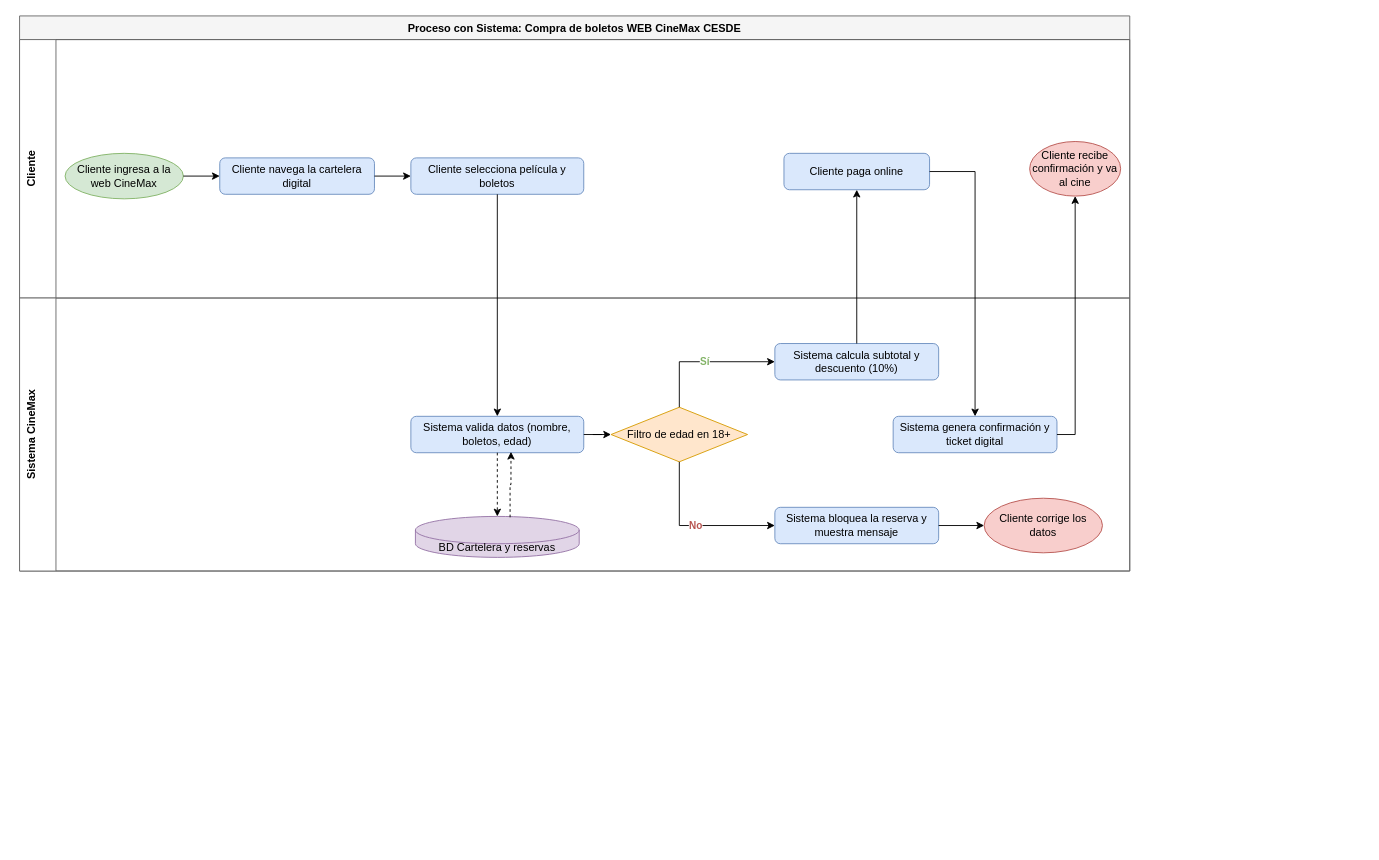
This is Taller de desempeño y producto/Proceso del negocio con sistema.drawio from Felipeochoadev/Cesde_MetodologiasAgiles, a draw.io file, before an edit. Source tidied: cells renumbered, new cells numbered last; positions are measured from the earlier drawing's top-left corner, leaving out a move shared by most shapes. Both pictures are drawn from the tidied source at 91%, with x=0, y=0 at pixel (19, 15).
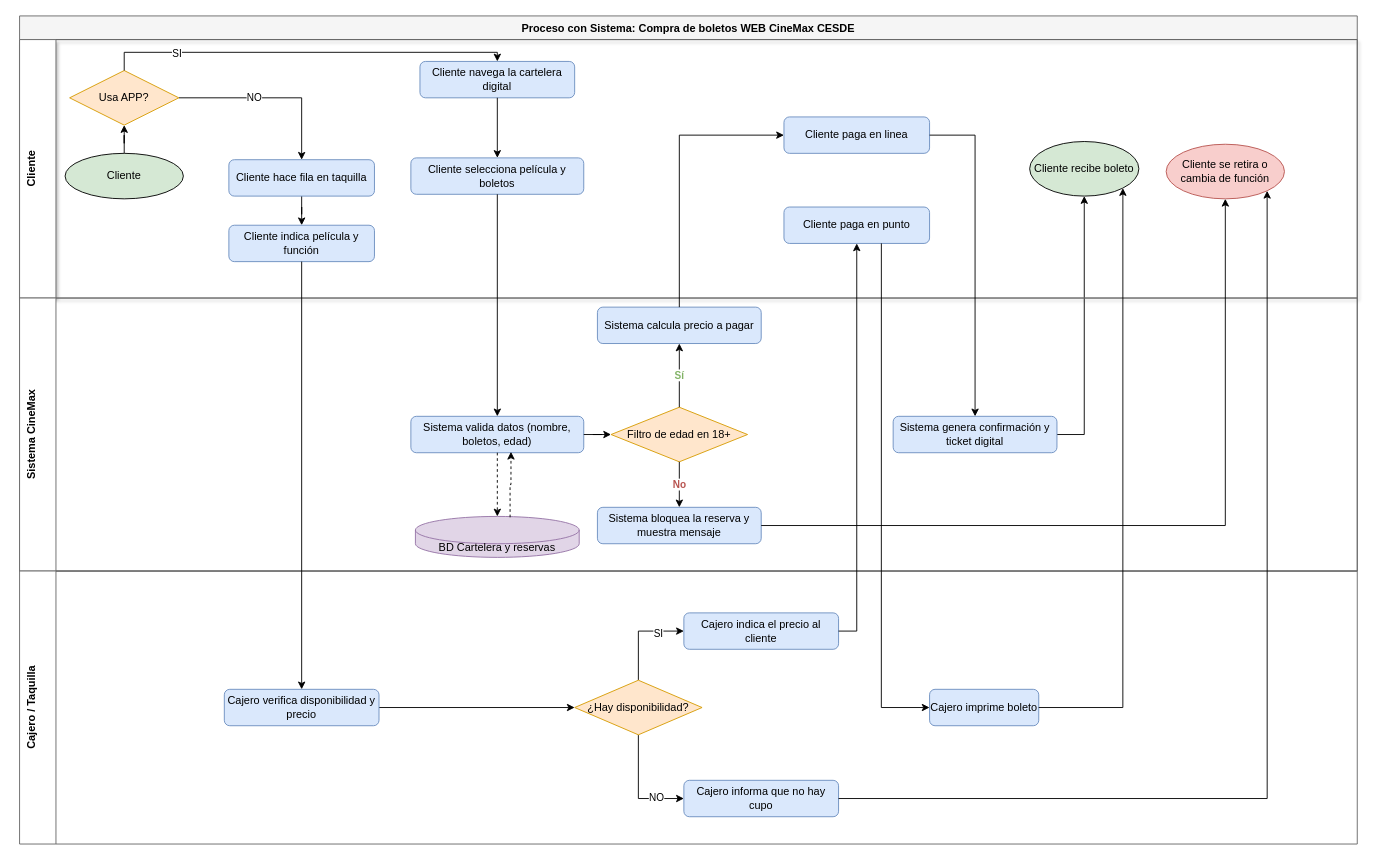
The same page after the edit.

The change refers to these unchanged cells:
```xml
<mxCell id="11" value="Filtro de edad en 18+" style="rhombus;whiteSpace=wrap;html=1;fillColor=#ffe6cc;strokeColor=#d79b00;" parent="9" vertex="1">
  <mxGeometry x="650" y="120" width="150" height="60" as="geometry" />
</mxCell>
<mxCell id="15" value="Sistema genera confirmación y ticket digital" style="rounded=1;whiteSpace=wrap;html=1;fillColor=#dae8fc;strokeColor=#6c8ebf;" parent="9" vertex="1">
  <mxGeometry x="960" y="130" width="180" height="40" as="geometry" />
</mxCell>
```

Diff of the diagram source:
```diff
@@
     <mxCell id="2" value="Proceso con Sistema: Compra de boletos WEB CineMax CESDE" style="swimlane;fontStyle=1;align=center;verticalAlign=top;horizontal=1;startSize=26;strokeColor=#666666;fillColor=#f5f5f5;whiteSpace=wrap;html=1;" parent="1" vertex="1">
-      <mxGeometry width="1220" height="610" as="geometry" />
+      <mxGeometry width="1470" height="610" as="geometry" />
     </mxCell>
+    <mxCell id="18" style="edgeStyle=orthogonalEdgeStyle;rounded=0;jettySize=auto;exitX=1;exitY=0.5;exitDx=0;exitDy=0;entryX=0.5;entryY=1;entryDx=0;entryDy=0;html=1;" parent="2" edge="1" source="15" target="8">
+      <mxGeometry relative="1" as="geometry" />
+    </mxCell>
-    <mxCell id="3" value="Cliente" style="swimlane;horizontal=0;whiteSpace=wrap;html=1;startSize=40;verticalAlign=top;fontStyle=1;fillColor=#ffffff;strokeColor=#666666;" parent="2" vertex="1">
-      <mxGeometry y="26" width="1220" height="284" as="geometry" />
+    <mxCell id="3" value="Cliente" style="swimlane;horizontal=0;whiteSpace=wrap;html=1;startSize=40;verticalAlign=top;fontStyle=1;fillColor=light-dark(#FFFFFF,#CCFFCC);strokeColor=#666666;shadow=1;" parent="2" vertex="1">
+      <mxGeometry y="26" width="1470" height="284" as="geometry" />
     </mxCell>
+    <mxCell id="29" style="edgeStyle=orthogonalEdgeStyle;rounded=0;jettySize=auto;html=1;entryX=0.5;entryY=1;entryDx=0;entryDy=0;" parent="3" edge="1" source="4" target="32">
+      <mxGeometry relative="1" as="geometry" />
+    </mxCell>
-    <mxCell id="4" value="Cliente ingresa a la web CineMax" style="ellipse;whiteSpace=wrap;html=1;fillColor=#d5e8d4;strokeColor=#82b366;" parent="3" vertex="1">
+    <mxCell id="4" value="Cliente" style="ellipse;whiteSpace=wrap;html=1;fillColor=#d5e8d4;strokeColor=#000000;" parent="3" vertex="1">
       <mxGeometry x="50" y="125" width="130" height="50" as="geometry" />
     </mxCell>
     <mxCell id="5" value="Cliente navega la cartelera digital" style="rounded=1;whiteSpace=wrap;html=1;fillColor=#dae8fc;strokeColor=#6c8ebf;" parent="3" vertex="1">
-      <mxGeometry x="220" y="130" width="170" height="40" as="geometry" />
+      <mxGeometry x="440" y="24" width="170" height="40" as="geometry" />
     </mxCell>
@@
-    <mxCell id="7" value="Cliente paga online" style="rounded=1;whiteSpace=wrap;html=1;fillColor=#dae8fc;strokeColor=#6c8ebf;" parent="3" vertex="1">
-      <mxGeometry x="840" y="125" width="160" height="40" as="geometry" />
+    <mxCell id="7" value="Cliente paga en punto" style="rounded=1;whiteSpace=wrap;html=1;fillColor=#dae8fc;strokeColor=#6c8ebf;" parent="3" vertex="1">
+      <mxGeometry x="840" y="184" width="160" height="40" as="geometry" />
     </mxCell>
-    <mxCell id="8" value="Cliente recibe confirmación y va al cine" style="ellipse;whiteSpace=wrap;html=1;fillColor=#f8cecc;strokeColor=#b85450;" parent="3" vertex="1">
-      <mxGeometry x="1110" y="112" width="100" height="60" as="geometry" />
+    <mxCell id="8" value="Cliente recibe boleto" style="ellipse;whiteSpace=wrap;html=1;fillColor=#D5E8D4;strokeColor=#000000;" parent="3" vertex="1">
+      <mxGeometry x="1110" y="112" width="120" height="60" as="geometry" />
     </mxCell>
+    <mxCell id="30" style="edgeStyle=orthogonalEdgeStyle;rounded=0;jettySize=auto;html=1;entryX=0.5;entryY=0;entryDx=0;entryDy=0;" parent="3" edge="1" source="32" target="35">
+      <mxGeometry relative="1" as="geometry" />
+    </mxCell>
+    <mxCell id="31" value="NO" style="edgeLabel;html=1;align=center;verticalAlign=middle;" parent="30" vertex="1">
+      <mxGeometry x="-0.19" y="1" relative="1" as="geometry" />
+    </mxCell>
+    <mxCell id="32" value="Usa APP?" style="rhombus;whiteSpace=wrap;html=1;fillColor=#ffe6cc;strokeColor=#d79b00;" parent="3" vertex="1">
+      <mxGeometry x="55" y="34" width="120" height="60" as="geometry" />
+    </mxCell>
+    <mxCell id="19" style="edgeStyle=orthogonalEdgeStyle;rounded=0;jettySize=auto;html=1;exitX=0.5;exitY=0;exitDx=0;exitDy=0;entryX=0.5;entryY=0;entryDx=0;entryDy=0;" parent="3" edge="1" source="32" target="5">
+      <mxGeometry relative="1" as="geometry">
+        <Array as="points">
+          <mxPoint x="115" y="14" />
+          <mxPoint x="525" y="14" />
+        </Array>
+      </mxGeometry>
+    </mxCell>
+    <mxCell id="33" value="SI" style="edgeLabel;html=1;align=center;verticalAlign=middle;" parent="19" vertex="1">
+      <mxGeometry x="-0.65" y="-1" relative="1" as="geometry" />
+    </mxCell>
+    <mxCell id="34" style="edgeStyle=orthogonalEdgeStyle;rounded=0;jettySize=auto;html=1;" parent="3" edge="1" source="35" target="36">
+      <mxGeometry relative="1" as="geometry" />
+    </mxCell>
+    <mxCell id="35" value="Cliente hace fila en taquilla" style="rounded=1;whiteSpace=wrap;html=1;fillColor=#dae8fc;strokeColor=#6c8ebf;" parent="3" vertex="1">
+      <mxGeometry x="230" y="132" width="160" height="40" as="geometry" />
+    </mxCell>
+    <mxCell id="36" value="Cliente indica película y función" style="rounded=1;whiteSpace=wrap;html=1;fillColor=#dae8fc;strokeColor=#6c8ebf;" parent="3" vertex="1">
+      <mxGeometry x="230" y="204" width="160" height="40" as="geometry" />
+    </mxCell>
+    <mxCell id="37" value="Cliente paga en linea" style="rounded=1;whiteSpace=wrap;html=1;fillColor=#dae8fc;strokeColor=#6c8ebf;" parent="3" vertex="1">
+      <mxGeometry x="840" y="85" width="160" height="40" as="geometry" />
+    </mxCell>
+    <mxCell id="13" value="Cliente se retira o cambia de función" style="ellipse;whiteSpace=wrap;html=1;fillColor=#f8cecc;strokeColor=#b85450;" parent="3" vertex="1">
+      <mxGeometry x="1260" y="115" width="130" height="60" as="geometry" />
+    </mxCell>
     <mxCell id="9" value="Sistema CineMax" style="swimlane;horizontal=0;whiteSpace=wrap;html=1;startSize=40;verticalAlign=top;fontStyle=1;fillColor=#ffffff;strokeColor=#666666;" parent="2" vertex="1">
-      <mxGeometry y="310" width="1220" height="300" as="geometry" />
+      <mxGeometry y="310" width="1470" height="300" as="geometry" />
     </mxCell>
@@
     <mxCell id="12" value="Sistema bloquea la reserva y muestra mensaje" style="rounded=1;whiteSpace=wrap;html=1;fillColor=#dae8fc;strokeColor=#6c8ebf;" parent="9" vertex="1">
-      <mxGeometry x="830" y="230" width="180" height="40" as="geometry" />
+      <mxGeometry x="635" y="230" width="180" height="40" as="geometry" />
     </mxCell>
-    <mxCell id="13" value="Cliente corrige los datos" style="ellipse;whiteSpace=wrap;html=1;fillColor=#f8cecc;strokeColor=#b85450;" parent="9" vertex="1">
-      <mxGeometry x="1060" y="220" width="130" height="60" as="geometry" />
-    </mxCell>
-    <mxCell id="14" value="Sistema calcula subtotal y descuento (10%)" style="rounded=1;whiteSpace=wrap;html=1;fillColor=#dae8fc;strokeColor=#6c8ebf;" parent="9" vertex="1">
-      <mxGeometry x="830" y="50" width="180" height="40" as="geometry" />
+    <mxCell id="14" value="Sistema calcula precio a pagar" style="rounded=1;whiteSpace=wrap;html=1;fillColor=#dae8fc;strokeColor=#6c8ebf;" parent="9" vertex="1">
+      <mxGeometry x="635" y="10" width="180" height="40" as="geometry" />
     </mxCell>
@@
-    <mxCell id="18" style="edgeStyle=orthogonalEdgeStyle;rounded=0;jettySize=auto;exitX=1;exitY=0.5;exitDx=0;exitDy=0;entryX=0.5;entryY=1;entryDx=0;entryDy=0;html=1;" parent="2" edge="1" source="15" target="8">
-      <mxGeometry relative="1" as="geometry" />
-    </mxCell>
-    <mxCell id="19" style="edgeStyle=orthogonalEdgeStyle;rounded=0;jettySize=auto;html=1;" parent="1" edge="1" source="4" target="5">
-      <mxGeometry relative="1" as="geometry" />
-    </mxCell>
+    <mxCell id="27" style="edgeStyle=orthogonalEdgeStyle;rounded=0;jettySize=auto;exitX=0.5;exitY=0;exitDx=0;exitDy=0;entryX=0;entryY=0.5;entryDx=0;entryDy=0;html=1;" parent="2" edge="1" source="14" target="37">
+      <mxGeometry relative="1" as="geometry" />
+    </mxCell>
+    <mxCell id="28" style="edgeStyle=orthogonalEdgeStyle;rounded=0;jettySize=auto;exitX=1;exitY=0.5;exitDx=0;exitDy=0;entryX=0.5;entryY=0;entryDx=0;entryDy=0;html=1;" parent="2" edge="1" source="37" target="15">
+      <mxGeometry relative="1" as="geometry" />
+    </mxCell>
+    <mxCell id="25" style="edgeStyle=orthogonalEdgeStyle;rounded=0;jettySize=auto;html=1;" parent="2" edge="1" source="12" target="13">
+      <mxGeometry relative="1" as="geometry" />
+    </mxCell>
@@
-    <mxCell id="24" value="No" style="edgeStyle=orthogonalEdgeStyle;rounded=0;jettySize=auto;exitX=0.5;exitY=1;exitDx=0;exitDy=0;entryX=0;entryY=0.5;entryDx=0;entryDy=0;html=1;fontColor=#b85450;fontStyle=1;" parent="1" edge="1" source="11" target="12">
+    <mxCell id="24" value="No" style="edgeStyle=orthogonalEdgeStyle;rounded=0;jettySize=auto;exitX=0.5;exitY=1;exitDx=0;exitDy=0;entryX=0.5;entryY=0;entryDx=0;entryDy=0;html=1;fontColor=#b85450;fontStyle=1;" parent="1" edge="1" source="11" target="12">
       <mxGeometry relative="1" as="geometry" />
     </mxCell>
-    <mxCell id="25" style="edgeStyle=orthogonalEdgeStyle;rounded=0;jettySize=auto;html=1;" parent="1" edge="1" source="12" target="13">
-      <mxGeometry relative="1" as="geometry" />
-    </mxCell>
-    <mxCell id="26" value="Sí" style="edgeStyle=orthogonalEdgeStyle;rounded=0;jettySize=auto;exitX=0.5;exitY=0;exitDx=0;exitDy=0;entryX=0;entryY=0.5;entryDx=0;entryDy=0;html=1;fontColor=#82b366;fontStyle=1;" parent="1" edge="1" source="11" target="14">
+    <mxCell id="26" value="Sí" style="edgeStyle=orthogonalEdgeStyle;rounded=0;jettySize=auto;exitX=0.5;exitY=0;exitDx=0;exitDy=0;entryX=0.5;entryY=1;entryDx=0;entryDy=0;html=1;fontColor=#82b366;fontStyle=1;" parent="1" edge="1" source="11" target="14">
       <mxGeometry relative="1" as="geometry" />
     </mxCell>
-    <mxCell id="27" style="edgeStyle=orthogonalEdgeStyle;rounded=0;jettySize=auto;exitX=0.5;exitY=0;exitDx=0;exitDy=0;entryX=0.5;entryY=1;entryDx=0;entryDy=0;html=1;" parent="1" edge="1" source="14" target="7">
-      <mxGeometry relative="1" as="geometry" />
-    </mxCell>
-    <mxCell id="28" style="edgeStyle=orthogonalEdgeStyle;rounded=0;jettySize=auto;exitX=1;exitY=0.5;exitDx=0;exitDy=0;entryX=0.5;entryY=0;entryDx=0;entryDy=0;html=1;" parent="1" edge="1" source="7" target="15">
-      <mxGeometry relative="1" as="geometry" />
-    </mxCell>
+    <mxCell id="38" value="Cajero / Taquilla" style="swimlane;horizontal=0;whiteSpace=wrap;html=1;startSize=40;verticalAlign=top;fontStyle=1;fillColor=#ffffff;strokeColor=#666666;" parent="1" vertex="1">
+      <mxGeometry y="610" width="1470" height="300" as="geometry" />
+    </mxCell>
+    <mxCell id="39" style="edgeStyle=orthogonalEdgeStyle;rounded=0;jettySize=auto;html=1;entryX=0;entryY=0.5;entryDx=0;entryDy=0;" parent="38" edge="1" source="40" target="45">
+      <mxGeometry relative="1" as="geometry" />
+    </mxCell>
+    <mxCell id="40" value="Cajero verifica disponibilidad y precio" style="rounded=1;whiteSpace=wrap;html=1;fillColor=#dae8fc;strokeColor=#6c8ebf;" parent="38" vertex="1">
+      <mxGeometry x="225" y="130" width="170" height="40" as="geometry" />
+    </mxCell>
+    <mxCell id="41" style="edgeStyle=orthogonalEdgeStyle;rounded=0;jettySize=auto;html=1;entryX=0;entryY=0.5;entryDx=0;entryDy=0;" parent="38" edge="1" source="45" target="47">
+      <mxGeometry relative="1" as="geometry" />
+    </mxCell>
+    <mxCell id="42" value="SI" style="edgeLabel;html=1;align=center;verticalAlign=middle;" parent="41" vertex="1">
+      <mxGeometry x="0.17" y="-2" relative="1" as="geometry">
+        <mxPoint x="14" as="offset" />
+      </mxGeometry>
+    </mxCell>
+    <mxCell id="43" style="edgeStyle=orthogonalEdgeStyle;rounded=0;jettySize=auto;html=1;entryX=0;entryY=0.5;entryDx=0;entryDy=0;" parent="38" edge="1" source="45" target="46">
+      <mxGeometry relative="1" as="geometry" />
+    </mxCell>
+    <mxCell id="44" value="NO" style="edgeLabel;html=1;align=center;verticalAlign=middle;" parent="43" vertex="1">
+      <mxGeometry x="0.27" y="2" relative="1" as="geometry">
+        <mxPoint x="13" as="offset" />
+      </mxGeometry>
+    </mxCell>
+    <mxCell id="45" value="¿Hay disponibilidad?" style="rhombus;whiteSpace=wrap;html=1;fillColor=#ffe6cc;strokeColor=#d79b00;" parent="38" vertex="1">
+      <mxGeometry x="610" y="120" width="140" height="60" as="geometry" />
+    </mxCell>
+    <mxCell id="46" value="Cajero informa que no hay cupo" style="rounded=1;whiteSpace=wrap;html=1;fillColor=#dae8fc;strokeColor=#6c8ebf;" parent="38" vertex="1">
+      <mxGeometry x="730" y="230" width="170" height="40" as="geometry" />
+    </mxCell>
+    <mxCell id="47" value="Cajero indica el precio al cliente" style="rounded=1;whiteSpace=wrap;html=1;fillColor=#dae8fc;strokeColor=#6c8ebf;" parent="38" vertex="1">
+      <mxGeometry x="730" y="46" width="170" height="40" as="geometry" />
+    </mxCell>
+    <mxCell id="48" value="Cajero imprime boleto" style="rounded=1;whiteSpace=wrap;html=1;fillColor=#dae8fc;strokeColor=#6c8ebf;" parent="38" vertex="1">
+      <mxGeometry x="1000" y="130" width="120" height="40" as="geometry" />
+    </mxCell>
+    <mxCell id="49" style="edgeStyle=orthogonalEdgeStyle;rounded=0;jettySize=auto;html=1;exitX=0.5;exitY=1;exitDx=0;exitDy=0;" parent="1" edge="1" source="36" target="40">
+      <mxGeometry relative="1" as="geometry" />
+    </mxCell>
+    <mxCell id="50" style="edgeStyle=orthogonalEdgeStyle;rounded=0;jettySize=auto;html=1;entryX=0.5;entryY=1;entryDx=0;entryDy=0;exitX=1;exitY=0.5;exitDx=0;exitDy=0;" parent="1" edge="1" source="47" target="7">
+      <mxGeometry relative="1" as="geometry" />
+    </mxCell>
+    <mxCell id="51" style="edgeStyle=orthogonalEdgeStyle;rounded=0;jettySize=auto;html=1;exitX=0.669;exitY=0.999;exitDx=0;exitDy=0;entryX=0;entryY=0.5;entryDx=0;entryDy=0;exitPerimeter=0;" parent="1" edge="1" source="7" target="48">
+      <mxGeometry relative="1" as="geometry" />
+    </mxCell>
+    <mxCell id="52" style="edgeStyle=orthogonalEdgeStyle;rounded=0;jettySize=auto;html=1;entryX=1;entryY=1;entryDx=0;entryDy=0;exitX=1;exitY=0.5;exitDx=0;exitDy=0;" parent="1" edge="1" source="48" target="8">
+      <mxGeometry relative="1" as="geometry" />
+    </mxCell>
+    <mxCell id="53" style="edgeStyle=orthogonalEdgeStyle;rounded=0;jettySize=auto;html=1;entryX=1;entryY=1;entryDx=0;entryDy=0;" parent="1" edge="1" source="46" target="13">
+      <mxGeometry relative="1" as="geometry" />
+    </mxCell>
```
